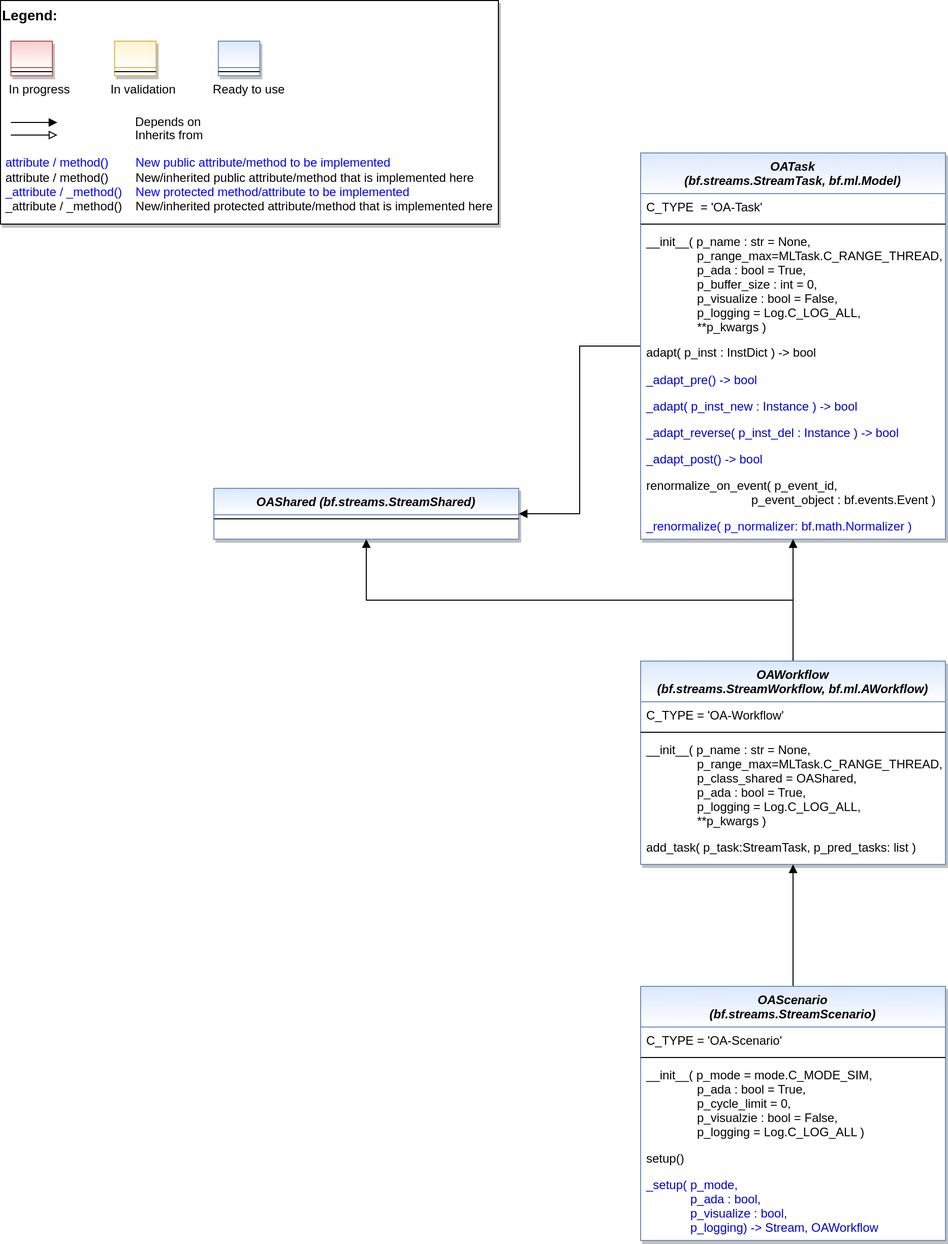
Above: doc/rtd/content/99_appendices/appendix2/sub/core/mlpro_oa/streams/images/MLPro-OA-Stream-Processing_class_diagram.drawio.png in fhswf/MLPro (draw.io), before the change. Source tidied: cells renumbered, new cells last; positions are measured from the earlier drawing's top-left corner, leaving out a move shared by most shapes.
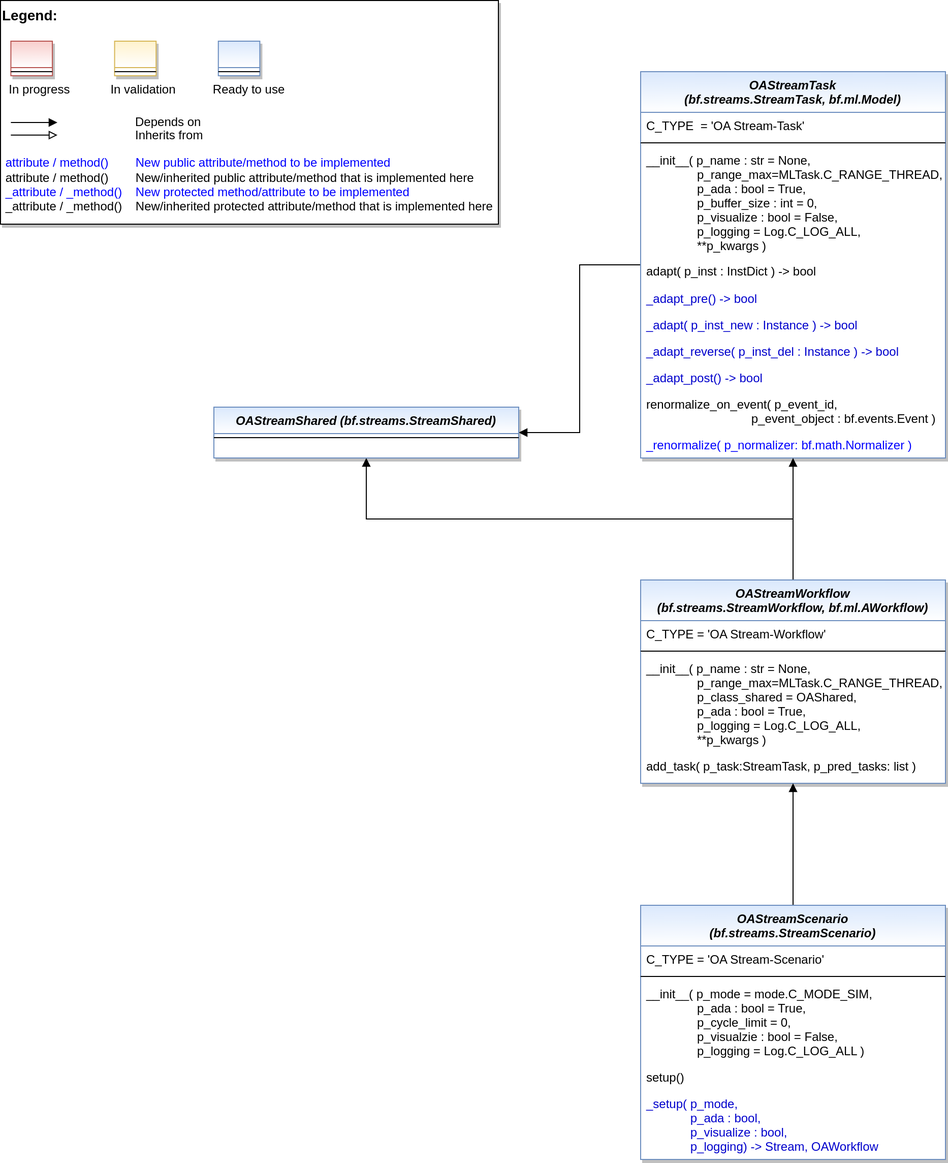
The same file after the commit.

The edit, as a diff of the source:
```diff
@@ -5,10 +5,10 @@
     <mxCell id="2" style="edgeStyle=orthogonalEdgeStyle;rounded=0;jettySize=auto;html=1;fontColor=#FF0000;endArrow=block;endFill=1;" parent="1" edge="1" source="3" target="38">
       <mxGeometry relative="1" as="geometry" />
     </mxCell>
-    <mxCell id="3" value="OATask &#10;(bf.streams.StreamTask, bf.ml.Model)" style="swimlane;fontStyle=3;align=center;verticalAlign=top;horizontal=1;startSize=40;rounded=0;shadow=1;strokeWidth=1;fillColor=#dae8fc;strokeColor=#6c8ebf;swimlaneFillColor=#ffffff;gradientColor=#FFFFFF;" parent="1" vertex="1">
+    <mxCell id="3" value="OAStreamTask &#10;(bf.streams.StreamTask, bf.ml.Model)" style="swimlane;fontStyle=3;align=center;verticalAlign=top;horizontal=1;startSize=40;rounded=0;shadow=1;strokeWidth=1;fillColor=#dae8fc;strokeColor=#6c8ebf;swimlaneFillColor=#ffffff;gradientColor=#FFFFFF;" parent="1" vertex="1">
       <mxGeometry x="630" y="150" width="300" height="380" as="geometry" />
     </mxCell>
-    <mxCell id="4" value="C_TYPE  = 'OA-Task'" style="text;align=left;verticalAlign=top;spacingLeft=4;spacingRight=4;overflow=hidden;" parent="3" vertex="1">
+    <mxCell id="4" value="C_TYPE  = 'OA Stream-Task'" style="text;align=left;verticalAlign=top;spacingLeft=4;spacingRight=4;overflow=hidden;" parent="3" vertex="1">
       <mxGeometry y="40" width="300" height="26" as="geometry" />
     </mxCell>
     <mxCell id="5" style="line;html=1;strokeWidth=1;align=left;verticalAlign=middle;spacingTop=-1;spacingLeft=3;spacingRight=3;labelPosition=right;" parent="3" vertex="1">
@@ -39,7 +39,7 @@
       <mxGeometry y="354" width="300" height="25" as="geometry" />
     </mxCell>
     <mxCell id="14" style="group;" parent="1" vertex="1">
-      <mxGeometry width="490" height="220" as="geometry" />
+      <mxGeometry y="80" width="490" height="220" as="geometry" />
     </mxCell>
     <mxCell id="15" value="&lt;font color=&quot;#000000&quot; size=&quot;1&quot;&gt;&lt;b style=&quot;font-size: 14px&quot;&gt;Legend:&lt;br&gt;&lt;/b&gt;&lt;/font&gt;&lt;br&gt;&lt;br&gt;&lt;br&gt;&lt;font color=&quot;#0000ff&quot; style=&quot;font-size: 6px&quot;&gt;&lt;br&gt;&lt;/font&gt;&lt;span style=&quot;color: rgb(0 , 0 , 0)&quot;&gt;&lt;font style=&quot;font-size: 4px&quot;&gt;&amp;nbsp; &amp;nbsp;&lt;/font&gt;&amp;nbsp;In progress&amp;nbsp; &amp;nbsp; &amp;nbsp; &amp;nbsp; &amp;nbsp; &amp;nbsp; In validation&amp;nbsp; &amp;nbsp; &amp;nbsp; &amp;nbsp; &amp;nbsp; &amp;nbsp;Ready to use&lt;/span&gt;&lt;font color=&quot;#000000&quot;&gt;&amp;nbsp;&lt;br&gt;&lt;/font&gt;&lt;font color=&quot;#0000ff&quot;&gt;&lt;br&gt;&lt;br&gt;&lt;br&gt;&lt;br&gt;&amp;nbsp;attribute / method()&amp;nbsp; &amp;nbsp; &amp;nbsp; &amp;nbsp; New public attribute/method to be implemented&lt;/font&gt;&lt;br&gt;&lt;font color=&quot;#000000&quot;&gt;&amp;nbsp;&lt;/font&gt;&lt;font color=&quot;#000000&quot;&gt;attribute / method()&lt;span&gt;&#9;&lt;/span&gt;&amp;nbsp; &amp;nbsp; &amp;nbsp; &amp;nbsp;New/inherited public attribute/method that is implemented here&lt;br&gt;&lt;/font&gt;&lt;font color=&quot;#0000ff&quot;&gt;&amp;nbsp;_attribute /&amp;nbsp;&lt;/font&gt;&lt;font color=&quot;#0000ff&quot;&gt;_method()&amp;nbsp; &amp;nbsp; New protected method/attribute to be implemented&lt;/font&gt;&lt;br&gt;&lt;font color=&quot;#000000&quot;&gt;&amp;nbsp;_attribute / _method()&amp;nbsp; &amp;nbsp; New/inherited protected attribute/method that is implemented here&lt;br&gt;&lt;/font&gt;&lt;font color=&quot;#000000&quot;&gt;&lt;br&gt;&lt;br&gt;&lt;br&gt;&lt;br&gt;&lt;br&gt;&lt;/font&gt;" style="text;html=1;align=left;verticalAlign=top;whiteSpace=wrap;rounded=0;fontColor=#006600;strokeColor=#000000;shadow=1;fillColor=#ffffff;" parent="14" vertex="1">
       <mxGeometry width="490" height="220" as="geometry" />
@@ -90,10 +90,10 @@
         </Array>
       </mxGeometry>
     </mxCell>
-    <mxCell id="26" value="OAWorkflow &#10;(bf.streams.StreamWorkflow, bf.ml.AWorkflow)" style="swimlane;fontStyle=3;align=center;verticalAlign=top;horizontal=1;startSize=40;rounded=0;shadow=1;strokeWidth=1;fillColor=#dae8fc;strokeColor=#6c8ebf;swimlaneFillColor=#ffffff;gradientColor=#FFFFFF;" parent="1" vertex="1">
+    <mxCell id="26" value="OAStreamWorkflow &#10;(bf.streams.StreamWorkflow, bf.ml.AWorkflow)" style="swimlane;fontStyle=3;align=center;verticalAlign=top;horizontal=1;startSize=40;rounded=0;shadow=1;strokeWidth=1;fillColor=#dae8fc;strokeColor=#6c8ebf;swimlaneFillColor=#ffffff;gradientColor=#FFFFFF;" parent="1" vertex="1">
       <mxGeometry x="630" y="650" width="300" height="200" as="geometry" />
     </mxCell>
-    <mxCell id="27" value="C_TYPE = 'OA-Workflow'" style="text;align=left;verticalAlign=top;spacingLeft=4;spacingRight=4;overflow=hidden;" parent="26" vertex="1">
+    <mxCell id="27" value="C_TYPE = 'OA Stream-Workflow'" style="text;align=left;verticalAlign=top;spacingLeft=4;spacingRight=4;overflow=hidden;" parent="26" vertex="1">
       <mxGeometry y="40" width="300" height="26" as="geometry" />
     </mxCell>
     <mxCell id="28" style="line;html=1;strokeWidth=1;align=left;verticalAlign=middle;spacingTop=-1;spacingLeft=3;spacingRight=3;labelPosition=right;" parent="26" vertex="1">
@@ -108,10 +108,10 @@
     <mxCell id="31" style="edgeStyle=orthogonalEdgeStyle;rounded=0;jettySize=auto;html=1;endArrow=block;endFill=1;fontColor=#0000FF;" parent="1" edge="1" source="32" target="26">
       <mxGeometry relative="1" as="geometry" />
     </mxCell>
-    <mxCell id="32" value="OAScenario &#10;(bf.streams.StreamScenario)" style="swimlane;fontStyle=3;align=center;verticalAlign=top;horizontal=1;startSize=40;rounded=0;shadow=1;strokeWidth=1;fillColor=#dae8fc;strokeColor=#6c8ebf;swimlaneFillColor=#ffffff;gradientColor=#FFFFFF;" parent="1" vertex="1">
+    <mxCell id="32" value="OAStreamScenario &#10;(bf.streams.StreamScenario)" style="swimlane;fontStyle=3;align=center;verticalAlign=top;horizontal=1;startSize=40;rounded=0;shadow=1;strokeWidth=1;fillColor=#dae8fc;strokeColor=#6c8ebf;swimlaneFillColor=#ffffff;gradientColor=#FFFFFF;" parent="1" vertex="1">
       <mxGeometry x="630" y="970" width="300" height="250" as="geometry" />
     </mxCell>
-    <mxCell id="33" value="C_TYPE = 'OA-Scenario'" style="text;align=left;verticalAlign=top;spacingLeft=4;spacingRight=4;overflow=hidden;" parent="32" vertex="1">
+    <mxCell id="33" value="C_TYPE = 'OA Stream-Scenario'" style="text;align=left;verticalAlign=top;spacingLeft=4;spacingRight=4;overflow=hidden;" parent="32" vertex="1">
       <mxGeometry y="40" width="300" height="26" as="geometry" />
     </mxCell>
     <mxCell id="34" style="line;html=1;strokeWidth=1;align=left;verticalAlign=middle;spacingTop=-1;spacingLeft=3;spacingRight=3;labelPosition=right;" parent="32" vertex="1">
@@ -126,7 +126,7 @@
     <mxCell id="37" value="_setup( p_mode, &#10;             p_ada : bool, &#10;             p_visualize : bool,&#10;             p_logging) -&gt; Stream, OAWorkflow" style="text;align=left;verticalAlign=top;spacingLeft=4;spacingRight=4;overflow=hidden;fontColor=#0000CC;" parent="32" vertex="1">
       <mxGeometry y="182" width="300" height="66" as="geometry" />
     </mxCell>
-    <mxCell id="38" value="OAShared (bf.streams.StreamShared)" style="swimlane;fontStyle=3;align=center;verticalAlign=top;horizontal=1;startSize=26;rounded=0;shadow=1;strokeWidth=1;fillColor=#dae8fc;strokeColor=#6c8ebf;swimlaneFillColor=#ffffff;gradientColor=#FFFFFF;" parent="1" vertex="1">
+    <mxCell id="38" value="OAStreamShared (bf.streams.StreamShared)" style="swimlane;fontStyle=3;align=center;verticalAlign=top;horizontal=1;startSize=26;rounded=0;shadow=1;strokeWidth=1;fillColor=#dae8fc;strokeColor=#6c8ebf;swimlaneFillColor=#ffffff;gradientColor=#FFFFFF;" parent="1" vertex="1">
       <mxGeometry x="210" y="480" width="300" height="50" as="geometry" />
     </mxCell>
     <mxCell id="39" style="line;html=1;strokeWidth=1;align=left;verticalAlign=middle;spacingTop=-1;spacingLeft=3;spacingRight=3;labelPosition=right;" parent="38" vertex="1">
```
